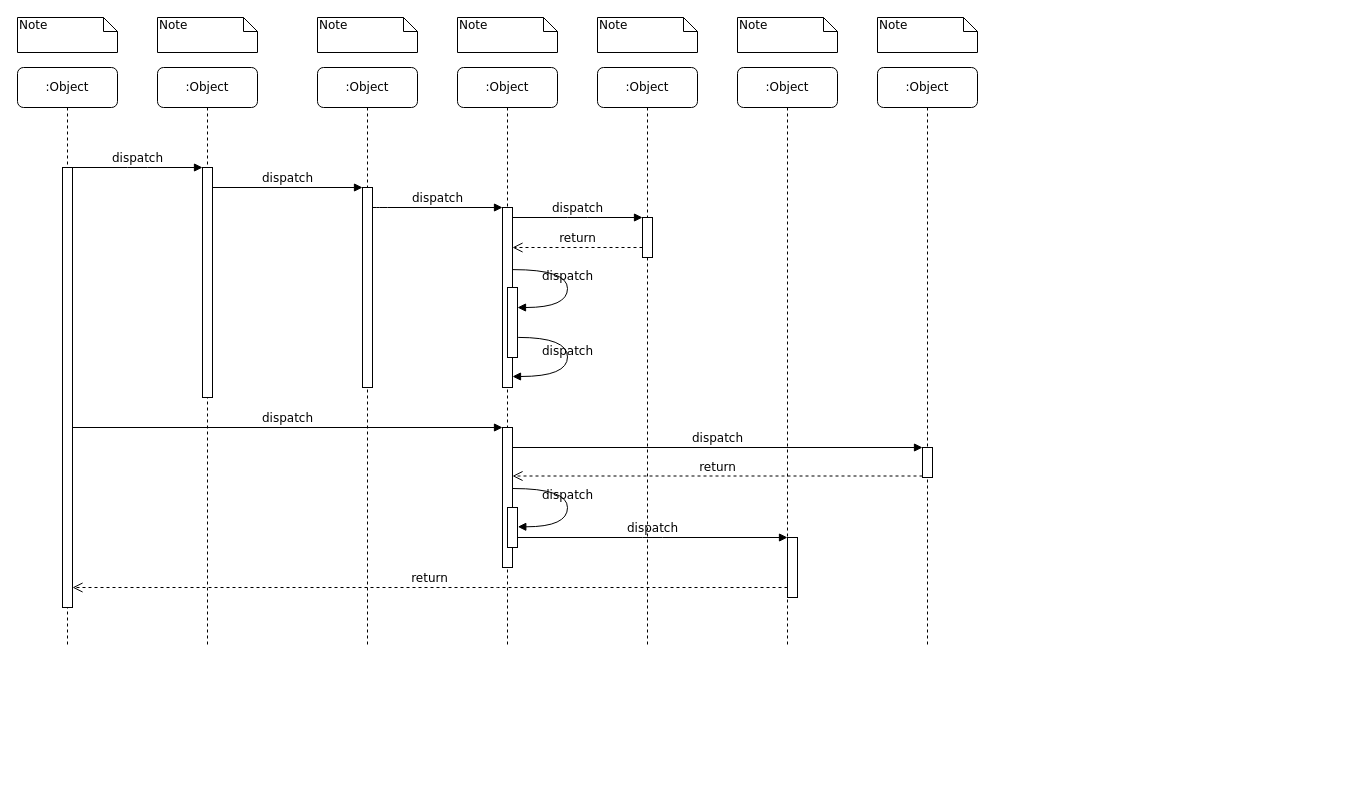
Earlier version of the draw.io diagram draw-io/Untitled Diagram.drawio (drdkjtop/arkitektur). Source tidied: cells renumbered, new cells numbered last; positions are measured from the earlier drawing's top-left corner, leaving out a move shared by most shapes. Both pictures are drawn from the tidied source at 100%, with x=0, y=0 at pixel (17, 17).
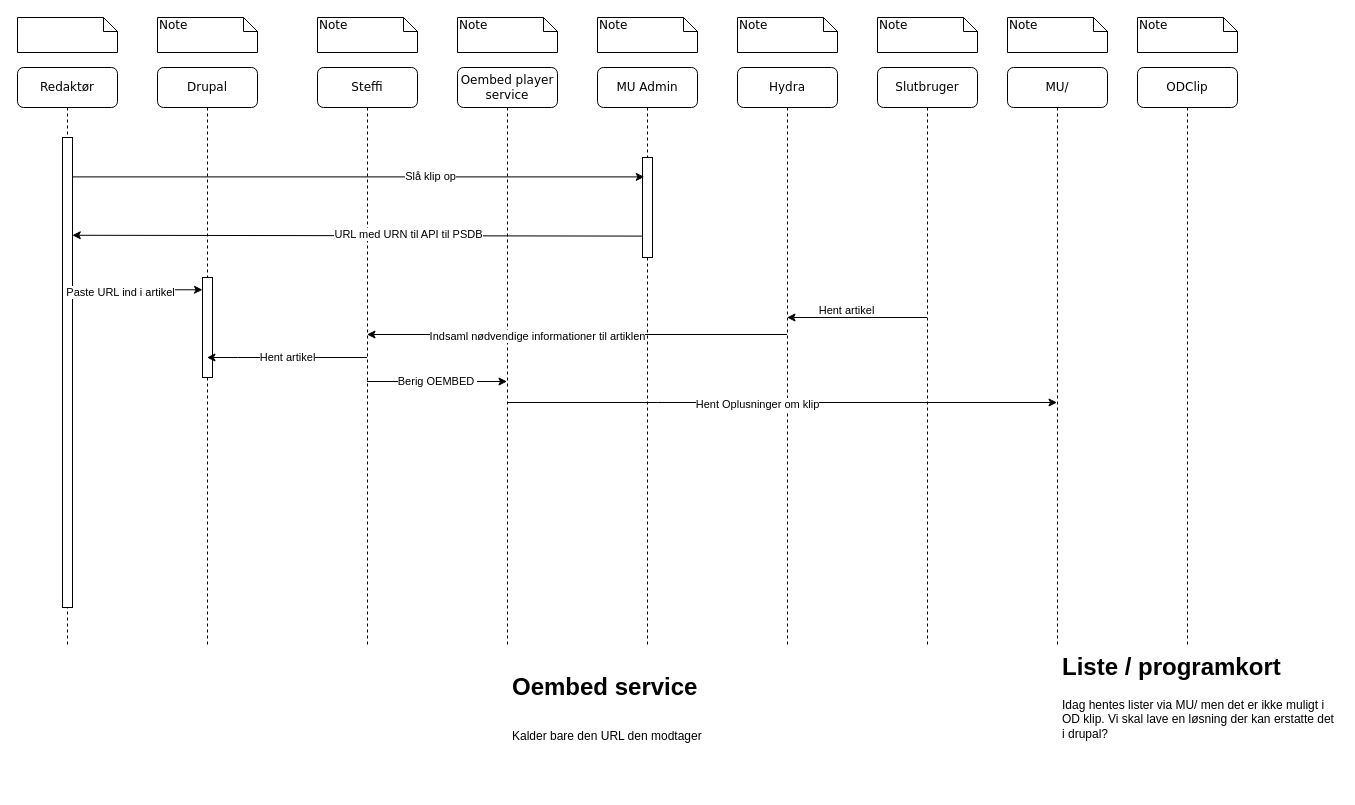
The same page after the edit.

Diff of the diagram source:
```diff
@@
-    <mxCell id="2" value=":Object" style="shape=umlLifeline;perimeter=lifelinePerimeter;whiteSpace=wrap;html=1;rounded=1;shadow=0;comic=0;labelBackgroundColor=none;strokeWidth=1;fontFamily=Verdana;fontSize=12;align=center;" parent="1" vertex="1">
+    <mxCell id="2" value="Drupal" style="shape=umlLifeline;perimeter=lifelinePerimeter;whiteSpace=wrap;html=1;rounded=1;shadow=0;comic=0;labelBackgroundColor=none;strokeWidth=1;fontFamily=Verdana;fontSize=12;align=center;" parent="1" vertex="1">
       <mxGeometry x="140" y="50" width="100" height="580" as="geometry" />
     </mxCell>
-    <mxCell id="3" style="html=1;points=[];perimeter=orthogonalPerimeter;rounded=0;shadow=0;comic=0;labelBackgroundColor=none;strokeWidth=1;fontFamily=Verdana;fontSize=12;align=center;" parent="2" vertex="1">
-      <mxGeometry x="45" y="100" width="10" height="230" as="geometry" />
-    </mxCell>
+    <mxCell id="39" style="html=1;points=[];perimeter=orthogonalPerimeter;rounded=0;shadow=0;comic=0;labelBackgroundColor=none;strokeWidth=1;fontFamily=Verdana;fontSize=12;align=center;" parent="2" vertex="1">
+      <mxGeometry x="45" y="210" width="10" height="100" as="geometry" />
+    </mxCell>
-    <mxCell id="4" value=":Object" style="shape=umlLifeline;perimeter=lifelinePerimeter;whiteSpace=wrap;html=1;rounded=1;shadow=0;comic=0;labelBackgroundColor=none;strokeWidth=1;fontFamily=Verdana;fontSize=12;align=center;" parent="1" vertex="1">
+    <mxCell id="4" value="Steffi" style="shape=umlLifeline;perimeter=lifelinePerimeter;whiteSpace=wrap;html=1;rounded=1;shadow=0;comic=0;labelBackgroundColor=none;strokeWidth=1;fontFamily=Verdana;fontSize=12;align=center;" parent="1" vertex="1">
       <mxGeometry x="300" y="50" width="100" height="580" as="geometry" />
     </mxCell>
-    <mxCell id="5" style="html=1;points=[];perimeter=orthogonalPerimeter;rounded=0;shadow=0;comic=0;labelBackgroundColor=none;strokeWidth=1;fontFamily=Verdana;fontSize=12;align=center;" parent="4" vertex="1">
-      <mxGeometry x="45" y="120" width="10" height="200" as="geometry" />
-    </mxCell>
-    <mxCell id="6" value=":Object" style="shape=umlLifeline;perimeter=lifelinePerimeter;whiteSpace=wrap;html=1;rounded=1;shadow=0;comic=0;labelBackgroundColor=none;strokeWidth=1;fontFamily=Verdana;fontSize=12;align=center;" parent="1" vertex="1">
+    <mxCell id="6" value="Oembed player service" style="shape=umlLifeline;perimeter=lifelinePerimeter;whiteSpace=wrap;html=1;rounded=1;shadow=0;comic=0;labelBackgroundColor=none;strokeWidth=1;fontFamily=Verdana;fontSize=12;align=center;" parent="1" vertex="1">
       <mxGeometry x="440" y="50" width="100" height="580" as="geometry" />
     </mxCell>
-    <mxCell id="7" value=":Object" style="shape=umlLifeline;perimeter=lifelinePerimeter;whiteSpace=wrap;html=1;rounded=1;shadow=0;comic=0;labelBackgroundColor=none;strokeWidth=1;fontFamily=Verdana;fontSize=12;align=center;" parent="1" vertex="1">
+    <mxCell id="7" value="MU Admin" style="shape=umlLifeline;perimeter=lifelinePerimeter;whiteSpace=wrap;html=1;rounded=1;shadow=0;comic=0;labelBackgroundColor=none;strokeWidth=1;fontFamily=Verdana;fontSize=12;align=center;" parent="1" vertex="1">
       <mxGeometry x="580" y="50" width="100" height="580" as="geometry" />
     </mxCell>
-    <mxCell id="8" value=":Object" style="shape=umlLifeline;perimeter=lifelinePerimeter;whiteSpace=wrap;html=1;rounded=1;shadow=0;comic=0;labelBackgroundColor=none;strokeWidth=1;fontFamily=Verdana;fontSize=12;align=center;" parent="1" vertex="1">
+    <mxCell id="8" value="Hydra" style="shape=umlLifeline;perimeter=lifelinePerimeter;whiteSpace=wrap;html=1;rounded=1;shadow=0;comic=0;labelBackgroundColor=none;strokeWidth=1;fontFamily=Verdana;fontSize=12;align=center;" parent="1" vertex="1">
       <mxGeometry x="720" y="50" width="100" height="580" as="geometry" />
     </mxCell>
-    <mxCell id="9" value=":Object" style="shape=umlLifeline;perimeter=lifelinePerimeter;whiteSpace=wrap;html=1;rounded=1;shadow=0;comic=0;labelBackgroundColor=none;strokeWidth=1;fontFamily=Verdana;fontSize=12;align=center;" parent="1" vertex="1">
+    <mxCell id="9" value="Slutbruger" style="shape=umlLifeline;perimeter=lifelinePerimeter;whiteSpace=wrap;html=1;rounded=1;shadow=0;comic=0;labelBackgroundColor=none;strokeWidth=1;fontFamily=Verdana;fontSize=12;align=center;" parent="1" vertex="1">
       <mxGeometry x="860" y="50" width="100" height="580" as="geometry" />
     </mxCell>
-    <mxCell id="10" value=":Object" style="shape=umlLifeline;perimeter=lifelinePerimeter;whiteSpace=wrap;html=1;rounded=1;shadow=0;comic=0;labelBackgroundColor=none;strokeWidth=1;fontFamily=Verdana;fontSize=12;align=center;" parent="1" vertex="1">
+    <mxCell id="10" value="Redaktør" style="shape=umlLifeline;perimeter=lifelinePerimeter;whiteSpace=wrap;html=1;rounded=1;shadow=0;comic=0;labelBackgroundColor=none;strokeWidth=1;fontFamily=Verdana;fontSize=12;align=center;" parent="1" vertex="1">
       <mxGeometry y="50" width="100" height="580" as="geometry" />
     </mxCell>
     <mxCell id="11" style="html=1;points=[];perimeter=orthogonalPerimeter;rounded=0;shadow=0;comic=0;labelBackgroundColor=none;strokeWidth=1;fontFamily=Verdana;fontSize=12;align=center;" parent="10" vertex="1">
-      <mxGeometry x="45" y="100" width="10" height="440" as="geometry" />
+      <mxGeometry x="45" y="70" width="10" height="470" as="geometry" />
     </mxCell>
-    <mxCell id="12" style="html=1;points=[];perimeter=orthogonalPerimeter;rounded=0;shadow=0;comic=0;labelBackgroundColor=none;strokeWidth=1;fontFamily=Verdana;fontSize=12;align=center;" parent="1" vertex="1">
-      <mxGeometry x="485" y="190" width="10" height="180" as="geometry" />
-    </mxCell>
-    <mxCell id="13" value="dispatch" style="html=1;verticalAlign=bottom;endArrow=block;labelBackgroundColor=none;fontFamily=Verdana;fontSize=12;edgeStyle=elbowEdgeStyle;elbow=vertical;" parent="1" edge="1" source="5" target="12">
-      <mxGeometry relative="1" as="geometry">
-        <Array as="points">
-          <mxPoint x="360" y="190" />
-        </Array>
-      </mxGeometry>
-    </mxCell>
     <mxCell id="14" style="html=1;points=[];perimeter=orthogonalPerimeter;rounded=0;shadow=0;comic=0;labelBackgroundColor=none;strokeWidth=1;fontFamily=Verdana;fontSize=12;align=center;" parent="1" vertex="1">
-      <mxGeometry x="625" y="200" width="10" height="40" as="geometry" />
+      <mxGeometry x="625" y="140" width="10" height="100" as="geometry" />
     </mxCell>
-    <mxCell id="15" value="dispatch" style="html=1;verticalAlign=bottom;endArrow=block;entryX=0;entryY=0;labelBackgroundColor=none;fontFamily=Verdana;fontSize=12;edgeStyle=elbowEdgeStyle;elbow=vertical;" parent="1" edge="1" source="12" target="14">
-      <mxGeometry relative="1" as="geometry" />
-    </mxCell>
-    <mxCell id="16" value="return" style="html=1;verticalAlign=bottom;endArrow=open;dashed=1;endSize=8;labelBackgroundColor=none;fontFamily=Verdana;fontSize=12;edgeStyle=elbowEdgeStyle;elbow=vertical;" parent="1" edge="1" source="14" target="12">
-      <mxGeometry relative="1" as="geometry">
-        <Array as="points">
-          <mxPoint x="570" y="230" />
-          <mxPoint x="600" y="230" />
-        </Array>
-      </mxGeometry>
-    </mxCell>
-    <mxCell id="17" style="html=1;points=[];perimeter=orthogonalPerimeter;rounded=0;shadow=0;comic=0;labelBackgroundColor=none;strokeWidth=1;fontFamily=Verdana;fontSize=12;align=center;" parent="1" vertex="1">
-      <mxGeometry x="485" y="410" width="10" height="140" as="geometry" />
-    </mxCell>
-    <mxCell id="18" value="dispatch" style="html=1;verticalAlign=bottom;endArrow=block;entryX=0;entryY=0;labelBackgroundColor=none;fontFamily=Verdana;fontSize=12;" parent="1" edge="1" source="11" target="17">
-      <mxGeometry relative="1" as="geometry" />
-    </mxCell>
-    <mxCell id="19" style="html=1;points=[];perimeter=orthogonalPerimeter;rounded=0;shadow=0;comic=0;labelBackgroundColor=none;strokeColor=#000000;strokeWidth=1;fillColor=#FFFFFF;fontFamily=Verdana;fontSize=12;fontColor=#000000;align=center;" parent="1" vertex="1">
-      <mxGeometry x="905" y="430" width="10" height="30" as="geometry" />
-    </mxCell>
-    <mxCell id="20" value="dispatch" style="html=1;verticalAlign=bottom;endArrow=block;entryX=0;entryY=0;labelBackgroundColor=none;fontFamily=Verdana;fontSize=12;" parent="1" edge="1" source="17" target="19">
-      <mxGeometry relative="1" as="geometry" />
-    </mxCell>
-    <mxCell id="21" value="return" style="html=1;verticalAlign=bottom;endArrow=open;dashed=1;endSize=8;exitX=0;exitY=0.95;labelBackgroundColor=none;fontFamily=Verdana;fontSize=12;" parent="1" edge="1" source="19" target="17">
-      <mxGeometry relative="1" as="geometry" />
-    </mxCell>
-    <mxCell id="22" style="html=1;points=[];perimeter=orthogonalPerimeter;rounded=0;shadow=0;comic=0;labelBackgroundColor=none;strokeWidth=1;fontFamily=Verdana;fontSize=12;align=center;" parent="1" vertex="1">
-      <mxGeometry x="770" y="520" width="10" height="60" as="geometry" />
-    </mxCell>
-    <mxCell id="23" value="dispatch" style="html=1;verticalAlign=bottom;endArrow=block;entryX=0;entryY=0;labelBackgroundColor=none;fontFamily=Verdana;fontSize=12;edgeStyle=elbowEdgeStyle;elbow=vertical;" parent="1" edge="1" source="30" target="22">
-      <mxGeometry relative="1" as="geometry" />
-    </mxCell>
-    <mxCell id="24" value="return" style="html=1;verticalAlign=bottom;endArrow=open;dashed=1;endSize=8;labelBackgroundColor=none;fontFamily=Verdana;fontSize=12;edgeStyle=elbowEdgeStyle;elbow=vertical;" parent="1" edge="1" source="22" target="11">
-      <mxGeometry relative="1" as="geometry">
-        <Array as="points">
-          <mxPoint x="470" y="570" />
-        </Array>
-      </mxGeometry>
-    </mxCell>
-    <mxCell id="25" value="dispatch" style="html=1;verticalAlign=bottom;endArrow=block;entryX=0;entryY=0;labelBackgroundColor=none;fontFamily=Verdana;fontSize=12;edgeStyle=elbowEdgeStyle;elbow=vertical;" parent="1" edge="1" source="11" target="3">
-      <mxGeometry relative="1" as="geometry" />
-    </mxCell>
-    <mxCell id="26" value="dispatch" style="html=1;verticalAlign=bottom;endArrow=block;entryX=0;entryY=0;labelBackgroundColor=none;fontFamily=Verdana;fontSize=12;edgeStyle=elbowEdgeStyle;elbow=vertical;" parent="1" edge="1" source="3" target="5">
-      <mxGeometry relative="1" as="geometry" />
-    </mxCell>
-    <mxCell id="27" style="html=1;points=[];perimeter=orthogonalPerimeter;rounded=0;shadow=0;comic=0;labelBackgroundColor=none;strokeWidth=1;fontFamily=Verdana;fontSize=12;align=center;" parent="1" vertex="1">
-      <mxGeometry x="490" y="270" width="10" height="70" as="geometry" />
-    </mxCell>
-    <mxCell id="28" value="dispatch" style="html=1;verticalAlign=bottom;endArrow=block;labelBackgroundColor=none;fontFamily=Verdana;fontSize=12;elbow=vertical;edgeStyle=orthogonalEdgeStyle;curved=1;entryX=1;entryY=0.286;entryPerimeter=0;exitX=1.038;exitY=0.345;exitPerimeter=0;" parent="1" edge="1" source="12" target="27">
-      <mxGeometry relative="1" as="geometry">
-        <Array as="points">
-          <mxPoint x="550" y="252" />
-          <mxPoint x="550" y="290" />
-        </Array>
-      </mxGeometry>
-    </mxCell>
-    <mxCell id="29" value="dispatch" style="html=1;verticalAlign=bottom;endArrow=block;labelBackgroundColor=none;fontFamily=Verdana;fontSize=12;elbow=vertical;edgeStyle=orthogonalEdgeStyle;curved=1;exitX=1.066;exitY=0.713;exitPerimeter=0;" parent="1" edge="1" source="27">
-      <mxGeometry relative="1" as="geometry">
-        <mxPoint x="495" y="359" as="targetPoint" />
-        <Array as="points">
-          <mxPoint x="550" y="320" />
-          <mxPoint x="550" y="359" />
-        </Array>
-      </mxGeometry>
-    </mxCell>
-    <mxCell id="30" style="html=1;points=[];perimeter=orthogonalPerimeter;rounded=0;shadow=0;comic=0;labelBackgroundColor=none;strokeWidth=1;fontFamily=Verdana;fontSize=12;align=center;" parent="1" vertex="1">
-      <mxGeometry x="490" y="490" width="10" height="40" as="geometry" />
-    </mxCell>
-    <mxCell id="31" value="dispatch" style="html=1;verticalAlign=bottom;endArrow=block;labelBackgroundColor=none;fontFamily=Verdana;fontSize=12;elbow=vertical;edgeStyle=orthogonalEdgeStyle;curved=1;entryX=1;entryY=0.286;entryPerimeter=0;exitX=1.038;exitY=0.345;exitPerimeter=0;" parent="1" edge="1">
-      <mxGeometry relative="1" as="geometry">
-        <mxPoint x="495.3" y="471" as="sourcePoint" />
-        <mxPoint x="500.3" y="509.3" as="targetPoint" />
-        <Array as="points">
-          <mxPoint x="550" y="471" />
-          <mxPoint x="550" y="509" />
-        </Array>
-      </mxGeometry>
-    </mxCell>
-    <mxCell id="32" value="Note" style="shape=note;whiteSpace=wrap;html=1;size=14;verticalAlign=top;align=left;spacingTop=-6;rounded=0;shadow=0;comic=0;labelBackgroundColor=none;strokeWidth=1;fontFamily=Verdana;fontSize=12;" parent="1" vertex="1">
+    <mxCell id="32" style="shape=note;whiteSpace=wrap;html=1;size=14;verticalAlign=top;align=left;spacingTop=-6;rounded=0;shadow=0;comic=0;labelBackgroundColor=none;strokeWidth=1;fontFamily=Verdana;fontSize=12;" parent="1" vertex="1">
       <mxGeometry width="100" height="35" as="geometry" />
     </mxCell>
@@
+    <mxCell id="40" style="endArrow=classic;html=1;rounded=0;entryX=0.18;entryY=0.194;entryDx=0;entryDy=0;entryPerimeter=0;" parent="1" edge="1" source="11" target="14">
+      <mxGeometry relative="1" as="geometry" />
+    </mxCell>
+    <mxCell id="41" value="Slå klip op" style="edgeLabel;html=1;align=center;verticalAlign=middle;" parent="40" vertex="1">
+      <mxGeometry x="0.25" y="1" relative="1" as="geometry" />
+    </mxCell>
+    <mxCell id="42" style="endArrow=classic;html=1;rounded=0;entryX=0.98;entryY=0.208;entryDx=0;entryDy=0;entryPerimeter=0;exitX=-0.06;exitY=0.786;exitDx=0;exitDy=0;exitPerimeter=0;" parent="1" edge="1" source="14" target="11">
+      <mxGeometry relative="1" as="geometry" />
+    </mxCell>
+    <mxCell id="43" value="URL med URN til API til PSDB" style="edgeLabel;html=1;align=center;verticalAlign=middle;" parent="42" vertex="1">
+      <mxGeometry x="-0.18" y="-2" relative="1" as="geometry" />
+    </mxCell>
+    <mxCell id="44" style="endArrow=classic;html=1;rounded=0;exitX=1.22;exitY=0.324;exitDx=0;exitDy=0;exitPerimeter=0;" parent="1" edge="1" source="11" target="39">
+      <mxGeometry relative="1" as="geometry" />
+    </mxCell>
+    <mxCell id="45" value="Paste URL ind i artikel" style="edgeLabel;html=1;align=center;verticalAlign=middle;" parent="44" vertex="1">
+      <mxGeometry x="-0.3" y="-2" relative="1" as="geometry" />
+    </mxCell>
+    <mxCell id="46" style="endArrow=classic;html=1;rounded=0;" parent="1" edge="1">
+      <mxGeometry relative="1" as="geometry">
+        <mxPoint x="909.5" y="300" as="sourcePoint" />
+        <mxPoint x="769.5" y="300" as="targetPoint" />
+      </mxGeometry>
+    </mxCell>
+    <mxCell id="47" value="Hent artikel" style="edgeLabel;html=1;align=center;verticalAlign=middle;" parent="46" vertex="1">
+      <mxGeometry x="0.52" relative="1" as="geometry">
+        <mxPoint x="25" y="-8" as="offset" />
+      </mxGeometry>
+    </mxCell>
+    <mxCell id="48" style="endArrow=classic;html=1;rounded=0;" parent="1" edge="1">
+      <mxGeometry relative="1" as="geometry">
+        <mxPoint x="769.5" y="317" as="sourcePoint" />
+        <mxPoint x="349.5" y="317" as="targetPoint" />
+        <Array as="points">
+          <mxPoint x="560" y="317" />
+        </Array>
+      </mxGeometry>
+    </mxCell>
+    <mxCell id="49" value="Indsaml nødvendige informationer til artiklen" style="edgeLabel;html=1;align=center;verticalAlign=middle;" parent="48" vertex="1">
+      <mxGeometry x="0.19" y="1" relative="1" as="geometry" />
+    </mxCell>
+    <mxCell id="50" value="Hent artikel" style="endArrow=classic;html=1;rounded=0;" parent="1" edge="1">
+      <mxGeometry relative="1" as="geometry">
+        <mxPoint x="349.5" y="340" as="sourcePoint" />
+        <mxPoint x="189.5" y="340" as="targetPoint" />
+        <Array as="points">
+          <mxPoint x="220" y="340" />
+        </Array>
+      </mxGeometry>
+    </mxCell>
+    <mxCell id="51" value="Berig OEMBED&amp;nbsp;" style="endArrow=classic;html=1;rounded=0;" parent="1" edge="1">
+      <mxGeometry relative="1" as="geometry">
+        <mxPoint x="349.5" y="364" as="sourcePoint" />
+        <mxPoint x="489.5" y="364" as="targetPoint" />
+        <Array as="points">
+          <mxPoint x="410" y="364" />
+        </Array>
+      </mxGeometry>
+    </mxCell>
+    <mxCell id="52" value="MU/" style="shape=umlLifeline;perimeter=lifelinePerimeter;whiteSpace=wrap;html=1;rounded=1;shadow=0;comic=0;labelBackgroundColor=none;strokeWidth=1;fontFamily=Verdana;fontSize=12;align=center;" parent="1" vertex="1">
+      <mxGeometry x="990" y="50" width="100" height="580" as="geometry" />
+    </mxCell>
+    <mxCell id="53" value="Note" style="shape=note;whiteSpace=wrap;html=1;size=14;verticalAlign=top;align=left;spacingTop=-6;rounded=0;shadow=0;comic=0;labelBackgroundColor=none;strokeWidth=1;fontFamily=Verdana;fontSize=12;" parent="1" vertex="1">
+      <mxGeometry x="990" width="100" height="35" as="geometry" />
+    </mxCell>
+    <mxCell id="54" style="endArrow=classic;html=1;rounded=0;" parent="1" edge="1">
+      <mxGeometry relative="1" as="geometry">
+        <mxPoint x="489.5" y="385" as="sourcePoint" />
+        <mxPoint x="1039.5" y="385" as="targetPoint" />
+        <Array as="points">
+          <mxPoint x="640" y="385" />
+        </Array>
+      </mxGeometry>
+    </mxCell>
+    <mxCell id="55" value="Hent Oplusninger om klip" style="edgeLabel;html=1;align=center;verticalAlign=middle;" parent="54" vertex="1">
+      <mxGeometry x="-0.09" y="-1" relative="1" as="geometry" />
+    </mxCell>
+    <mxCell id="56" value="&lt;h1&gt;&lt;span&gt;Oembed service&lt;/span&gt;&lt;/h1&gt;&lt;h1&gt;&lt;span style=&quot;font-size: 12px ; font-weight: normal&quot;&gt;Kalder bare den URL den modtager&lt;/span&gt;&lt;br&gt;&lt;/h1&gt;" style="text;html=1;strokeColor=none;fillColor=none;spacing=5;spacingTop=-20;whiteSpace=wrap;overflow=hidden;rounded=0;" parent="1" vertex="1">
+      <mxGeometry x="490" y="650" width="260" height="120" as="geometry" />
+    </mxCell>
+    <mxCell id="57" value="&lt;h1&gt;Liste / programkort&lt;/h1&gt;&lt;p&gt;Idag hentes lister via MU/ men det er ikke muligt i OD klip. Vi skal lave en løsning der kan erstatte det i drupal?&lt;/p&gt;" style="text;html=1;strokeColor=none;fillColor=none;spacing=5;spacingTop=-20;whiteSpace=wrap;overflow=hidden;rounded=0;" parent="1" vertex="1">
+      <mxGeometry x="1040" y="630" width="280" height="120" as="geometry" />
+    </mxCell>
+    <mxCell id="58" value="ODClip" style="shape=umlLifeline;perimeter=lifelinePerimeter;whiteSpace=wrap;html=1;rounded=1;shadow=0;comic=0;labelBackgroundColor=none;strokeWidth=1;fontFamily=Verdana;fontSize=12;align=center;" parent="1" vertex="1">
+      <mxGeometry x="1120" y="50" width="100" height="580" as="geometry" />
+    </mxCell>
+    <mxCell id="59" value="Note" style="shape=note;whiteSpace=wrap;html=1;size=14;verticalAlign=top;align=left;spacingTop=-6;rounded=0;shadow=0;comic=0;labelBackgroundColor=none;strokeWidth=1;fontFamily=Verdana;fontSize=12;" parent="1" vertex="1">
+      <mxGeometry x="1120" width="100" height="35" as="geometry" />
+    </mxCell>
```
